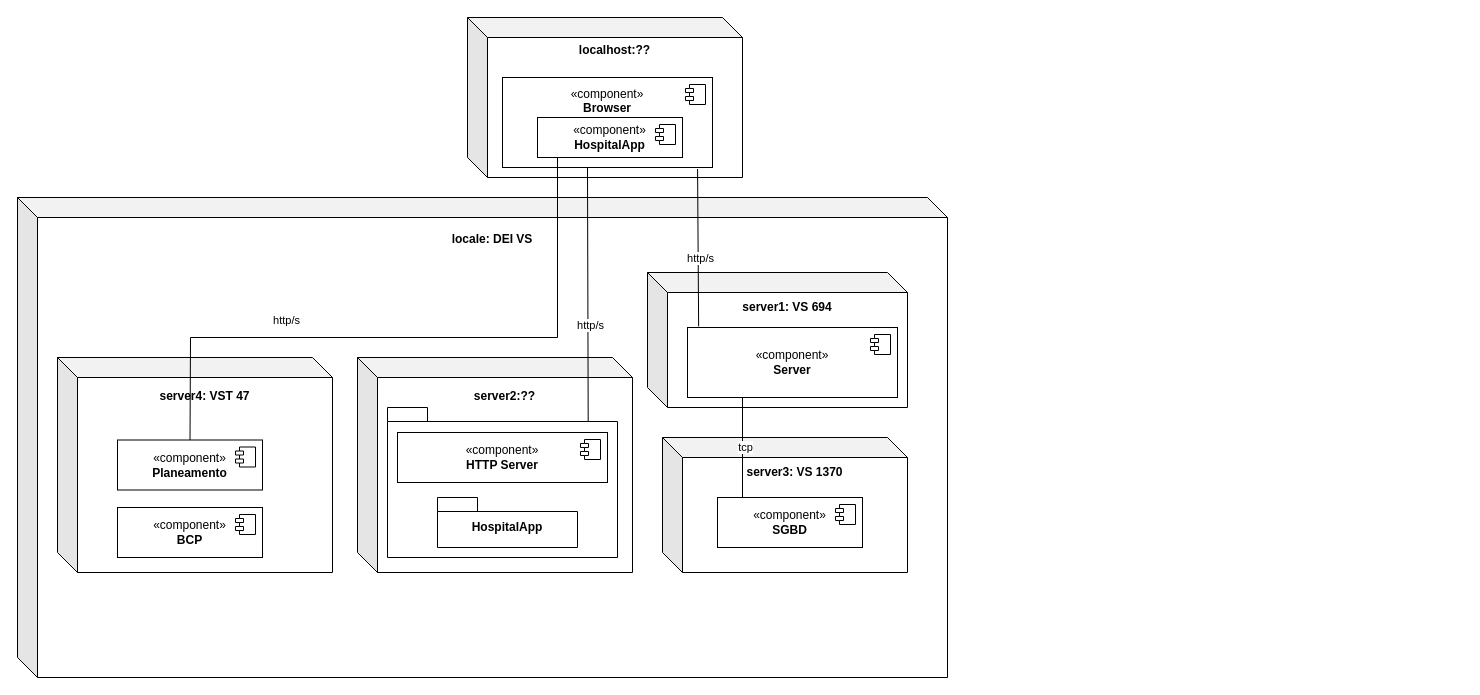
This is docs/geral/views/level-2/physical/vista_fisical.drawio from andredsferreira/p5sem-3dj-g59, a draw.io file, before an edit. Source tidied: cells renumbered, new cells numbered last; positions are measured from the earlier drawing's top-left corner, leaving out a move shared by most shapes. Both pictures are drawn from the tidied source at 100%, with x=0, y=0 at pixel (17, 17).
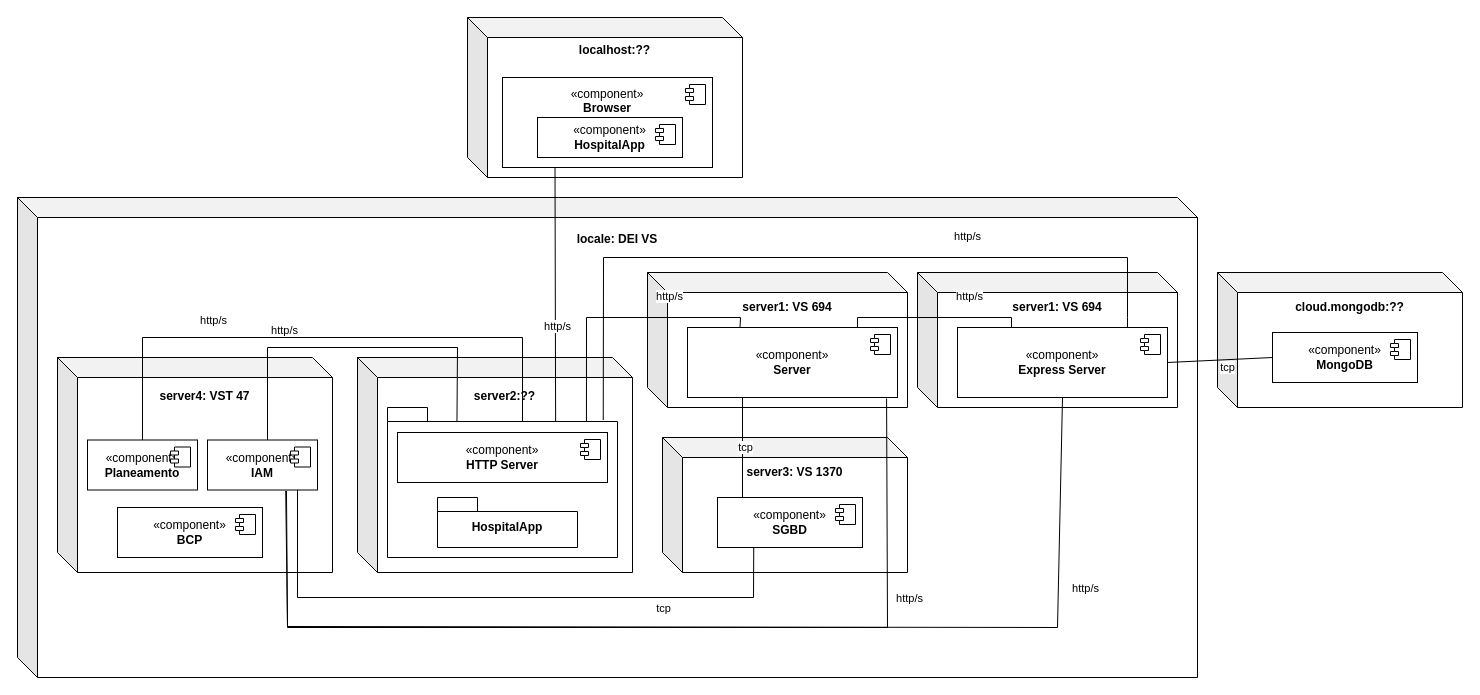
After the change.

Unchanged cells that the change refers to:
```xml
<mxCell id="4" value="«component»&lt;br&gt;&lt;b&gt;Browser&lt;/b&gt;&lt;div&gt;&lt;b&gt;&lt;br&gt;&lt;/b&gt;&lt;/div&gt;&lt;div&gt;&lt;b&gt;&lt;br&gt;&lt;/b&gt;&lt;/div&gt;&lt;div&gt;&lt;b&gt;&lt;br&gt;&lt;/b&gt;&lt;/div&gt;" style="html=1;whiteSpace=wrap;" parent="1" vertex="1">
  <mxGeometry x="485" y="60" width="210" height="90" as="geometry" />
</mxCell>
<mxCell id="12" value="«component»&lt;br&gt;&lt;b&gt;Server&lt;/b&gt;" style="html=1;whiteSpace=wrap;" parent="1" vertex="1">
  <mxGeometry x="670" y="310" width="210" height="70" as="geometry" />
</mxCell>
<mxCell id="16" style="shape=folder;fontStyle=1;spacingTop=10;tabWidth=40;tabHeight=14;tabPosition=left;html=1;whiteSpace=wrap;" parent="1" vertex="1">
  <mxGeometry x="370" y="390" width="230" height="150" as="geometry" />
</mxCell>
<mxCell id="18" value="«component»&lt;br&gt;&lt;b&gt;SGBD&lt;/b&gt;" style="html=1;whiteSpace=wrap;" parent="1" vertex="1">
  <mxGeometry x="700" y="480" width="145" height="50" as="geometry" />
</mxCell>
```

What changed in the source:
```diff
@@
     <mxCell id="2" value="&lt;b&gt;locale: DEI VS&lt;/b&gt;&lt;br&gt;&lt;div&gt;&lt;b&gt;&lt;br&gt;&lt;/b&gt;&lt;/div&gt;&lt;div&gt;&lt;b&gt;&lt;br&gt;&lt;/b&gt;&lt;/div&gt;&lt;div&gt;&lt;b&gt;&lt;br&gt;&lt;/b&gt;&lt;/div&gt;&lt;div&gt;&lt;b&gt;&lt;br&gt;&lt;/b&gt;&lt;/div&gt;&lt;div&gt;&lt;b&gt;&lt;br&gt;&lt;/b&gt;&lt;/div&gt;&lt;div&gt;&lt;b&gt;&lt;br&gt;&lt;/b&gt;&lt;/div&gt;&lt;div&gt;&lt;b&gt;&lt;br&gt;&lt;/b&gt;&lt;/div&gt;&lt;div&gt;&lt;br&gt;&lt;/div&gt;&lt;div&gt;&lt;br&gt;&lt;/div&gt;&lt;div&gt;&lt;br&gt;&lt;/div&gt;&lt;div&gt;&lt;br&gt;&lt;/div&gt;&lt;div&gt;&lt;br&gt;&lt;/div&gt;&lt;div&gt;&lt;br&gt;&lt;/div&gt;&lt;div&gt;&lt;br&gt;&lt;/div&gt;&lt;div&gt;&lt;br&gt;&lt;/div&gt;&lt;div&gt;&lt;br&gt;&lt;/div&gt;&lt;div&gt;&lt;br&gt;&lt;/div&gt;&lt;div&gt;&lt;br&gt;&lt;/div&gt;&lt;div&gt;&lt;br&gt;&lt;/div&gt;&lt;div&gt;&lt;br&gt;&lt;/div&gt;&lt;div&gt;&lt;br&gt;&lt;/div&gt;&lt;div&gt;&lt;br&gt;&lt;/div&gt;&lt;div&gt;&lt;br&gt;&lt;/div&gt;&lt;div&gt;&lt;br&gt;&lt;/div&gt;&lt;div&gt;&lt;br&gt;&lt;/div&gt;&lt;div&gt;&lt;br&gt;&lt;/div&gt;&lt;div&gt;&lt;br&gt;&lt;/div&gt;&lt;div&gt;&lt;br&gt;&lt;/div&gt;&lt;div&gt;&lt;br&gt;&lt;/div&gt;" style="shape=cube;whiteSpace=wrap;html=1;boundedLbl=1;backgroundOutline=1;darkOpacity=0.05;darkOpacity2=0.1;" parent="1" vertex="1">
-      <mxGeometry y="180" width="930" height="480" as="geometry" />
+      <mxGeometry y="180" width="1180" height="480" as="geometry" />
     </mxCell>
@@
-    <mxCell id="9" style="endArrow=none;html=1;rounded=0;entryX=0.117;entryY=1.003;entryDx=0;entryDy=0;entryPerimeter=0;exitX=0.61;exitY=0.103;exitDx=0;exitDy=0;exitPerimeter=0;" parent="1" edge="1">
-      <mxGeometry relative="1" as="geometry">
-        <mxPoint x="570.7" y="405.2" as="sourcePoint" />
-        <mxPoint x="570" y="150" as="targetPoint" />
-      </mxGeometry>
+    <mxCell id="9" style="endArrow=none;html=1;rounded=0;entryX=0.25;entryY=1;entryDx=0;entryDy=0;exitX=0.731;exitY=0.108;exitDx=0;exitDy=0;exitPerimeter=0;" parent="1" edge="1" source="16" target="4">
+      <mxGeometry relative="1" as="geometry" />
     </mxCell>
@@
-    <mxCell id="14" style="endArrow=none;html=1;rounded=0;entryX=0.929;entryY=1.017;entryDx=0;entryDy=0;entryPerimeter=0;exitX=0.053;exitY=-0.016;exitDx=0;exitDy=0;exitPerimeter=0;" parent="1" edge="1" source="12" target="4">
-      <mxGeometry relative="1" as="geometry" />
+    <mxCell id="14" style="endArrow=none;html=1;rounded=0;entryX=0.865;entryY=0.097;entryDx=0;entryDy=0;entryPerimeter=0;exitX=0.25;exitY=0;exitDx=0;exitDy=0;" parent="1" edge="1" source="12" target="16">
+      <mxGeometry relative="1" as="geometry">
+        <Array as="points">
+          <mxPoint x="723" y="300" />
+          <mxPoint x="569" y="300" />
+        </Array>
+      </mxGeometry>
     </mxCell>
@@
     <mxCell id="28" value="«component»&lt;br&gt;&lt;b&gt;Planeamento&lt;/b&gt;" style="html=1;whiteSpace=wrap;" parent="1" vertex="1">
-      <mxGeometry x="100" y="422.5" width="145" height="50" as="geometry" />
+      <mxGeometry x="70" y="422.5" width="110" height="50" as="geometry" />
     </mxCell>
@@
-    <mxCell id="30" style="endArrow=none;html=1;rounded=0;entryX=0.117;entryY=1.003;entryDx=0;entryDy=0;entryPerimeter=0;exitX=0.5;exitY=0;exitDx=0;exitDy=0;" parent="1" edge="1" source="28">
+    <mxCell id="30" style="endArrow=none;html=1;rounded=0;exitX=0.5;exitY=0;exitDx=0;exitDy=0;entryX=0;entryY=0;entryDx=135;entryDy=14;entryPerimeter=0;" parent="1" edge="1" source="28" target="16">
       <mxGeometry relative="1" as="geometry">
-        <mxPoint x="540" y="140" as="targetPoint" />
         <Array as="points">
-          <mxPoint x="173" y="320" />
-          <mxPoint x="540" y="320" />
+          <mxPoint x="125" y="320" />
+          <mxPoint x="505" y="320" />
         </Array>
       </mxGeometry>
     </mxCell>
@@
+    <mxCell id="32" value="&lt;b&gt;server1: VS 694&lt;/b&gt;&lt;div&gt;&lt;b&gt;&lt;br&gt;&lt;/b&gt;&lt;/div&gt;&lt;div&gt;&lt;b&gt;&lt;br&gt;&lt;/b&gt;&lt;/div&gt;&lt;div&gt;&lt;b&gt;&lt;br&gt;&lt;/b&gt;&lt;/div&gt;&lt;div&gt;&lt;b&gt;&lt;br&gt;&lt;/b&gt;&lt;/div&gt;&lt;div&gt;&lt;b&gt;&lt;br&gt;&lt;/b&gt;&lt;/div&gt;&lt;div&gt;&lt;br&gt;&lt;/div&gt;" style="shape=cube;whiteSpace=wrap;html=1;boundedLbl=1;backgroundOutline=1;darkOpacity=0.05;darkOpacity2=0.1;" parent="1" vertex="1">
+      <mxGeometry x="900" y="255" width="260" height="135" as="geometry" />
+    </mxCell>
+    <mxCell id="33" value="«component»&lt;br&gt;&lt;b&gt;Express Server&lt;/b&gt;" style="html=1;whiteSpace=wrap;" parent="1" vertex="1">
+      <mxGeometry x="940" y="310" width="210" height="70" as="geometry" />
+    </mxCell>
+    <mxCell id="34" style="shape=module;jettyWidth=8;jettyHeight=4;" parent="33" vertex="1">
+      <mxGeometry x="1" width="20" height="20" relative="1" as="geometry">
+        <mxPoint x="-27" y="7" as="offset" />
+      </mxGeometry>
+    </mxCell>
+    <mxCell id="35" value="&lt;b&gt;cloud.mongodb:??&lt;/b&gt;&lt;br&gt;&lt;div&gt;&lt;b&gt;&lt;br&gt;&lt;/b&gt;&lt;/div&gt;&lt;div&gt;&lt;b&gt;&lt;br&gt;&lt;/b&gt;&lt;/div&gt;&lt;div&gt;&lt;b&gt;&lt;br&gt;&lt;/b&gt;&lt;/div&gt;&lt;div&gt;&lt;b&gt;&lt;br&gt;&lt;/b&gt;&lt;/div&gt;&lt;div&gt;&lt;b&gt;&lt;br&gt;&lt;/b&gt;&lt;/div&gt;&lt;div&gt;&lt;br&gt;&lt;/div&gt;" style="shape=cube;whiteSpace=wrap;html=1;boundedLbl=1;backgroundOutline=1;darkOpacity=0.05;darkOpacity2=0.1;" parent="1" vertex="1">
+      <mxGeometry x="1200" y="255" width="245" height="135" as="geometry" />
+    </mxCell>
+    <mxCell id="36" value="«component»&lt;br&gt;&lt;b&gt;MongoDB&lt;/b&gt;" style="html=1;whiteSpace=wrap;" parent="1" vertex="1">
+      <mxGeometry x="1255" y="315" width="145" height="50" as="geometry" />
+    </mxCell>
+    <mxCell id="37" style="shape=module;jettyWidth=8;jettyHeight=4;" parent="36" vertex="1">
+      <mxGeometry x="1" width="20" height="20" relative="1" as="geometry">
+        <mxPoint x="-27" y="7" as="offset" />
+      </mxGeometry>
+    </mxCell>
+    <mxCell id="38" style="endArrow=none;html=1;rounded=0;entryX=1;entryY=0.5;entryDx=0;entryDy=0;exitX=0;exitY=0.5;exitDx=0;exitDy=0;" parent="1" edge="1" source="36" target="33">
+      <mxGeometry relative="1" as="geometry" />
+    </mxCell>
+    <mxCell id="39" value="tcp" style="edgeLabel;html=1;align=center;verticalAlign=middle;" parent="38" vertex="1">
+      <mxGeometry x="-0.39" y="-2" relative="1" as="geometry">
+        <mxPoint x="-13" y="10" as="offset" />
+      </mxGeometry>
+    </mxCell>
+    <mxCell id="40" style="endArrow=none;html=1;rounded=0;exitX=0.25;exitY=0;exitDx=0;exitDy=0;" parent="1" edge="1">
+      <mxGeometry relative="1" as="geometry">
+        <mxPoint x="994" y="310" as="sourcePoint" />
+        <mxPoint x="840" y="310" as="targetPoint" />
+        <Array as="points">
+          <mxPoint x="994" y="300" />
+          <mxPoint x="840" y="300" />
+        </Array>
+      </mxGeometry>
+    </mxCell>
+    <mxCell id="41" value="http/s" style="edgeLabel;html=1;align=center;verticalAlign=middle;" parent="40" vertex="1">
+      <mxGeometry x="-0.39" y="-2" relative="1" as="geometry">
+        <mxPoint y="-20" as="offset" />
+      </mxGeometry>
+    </mxCell>
+    <mxCell id="42" style="endArrow=none;html=1;rounded=0;entryX=0.938;entryY=0.084;entryDx=0;entryDy=0;entryPerimeter=0;" parent="1" edge="1" target="16">
+      <mxGeometry relative="1" as="geometry">
+        <mxPoint x="1110" y="310" as="sourcePoint" />
+        <Array as="points">
+          <mxPoint x="1110" y="300" />
+          <mxPoint x="1110" y="240" />
+          <mxPoint x="586" y="240" />
+        </Array>
+      </mxGeometry>
+    </mxCell>
+    <mxCell id="43" value="http/s" style="edgeLabel;html=1;align=center;verticalAlign=middle;" parent="42" vertex="1">
+      <mxGeometry x="-0.39" y="-2" relative="1" as="geometry">
+        <mxPoint y="-20" as="offset" />
+      </mxGeometry>
+    </mxCell>
+    <mxCell id="44" value="«component»&lt;br&gt;&lt;b&gt;IAM&lt;/b&gt;" style="html=1;whiteSpace=wrap;" parent="1" vertex="1">
+      <mxGeometry x="190" y="422.5" width="110" height="50" as="geometry" />
+    </mxCell>
+    <mxCell id="45" style="shape=module;jettyWidth=8;jettyHeight=4;" parent="44" vertex="1">
+      <mxGeometry x="1" width="20" height="20" relative="1" as="geometry">
+        <mxPoint x="-27" y="7" as="offset" />
+      </mxGeometry>
+    </mxCell>
+    <mxCell id="46" style="endArrow=none;html=1;rounded=0;entryX=0.929;entryY=1.017;entryDx=0;entryDy=0;entryPerimeter=0;exitX=0.25;exitY=1;exitDx=0;exitDy=0;" parent="1" edge="1" source="18">
+      <mxGeometry relative="1" as="geometry">
+        <mxPoint x="280" y="472.5" as="targetPoint" />
+        <Array as="points">
+          <mxPoint x="736" y="580" />
+          <mxPoint x="280" y="580" />
+        </Array>
+      </mxGeometry>
+    </mxCell>
+    <mxCell id="47" value="tcp" style="edgeLabel;html=1;align=center;verticalAlign=middle;" parent="46" vertex="1">
+      <mxGeometry x="-0.39" y="-2" relative="1" as="geometry">
+        <mxPoint x="46" y="12" as="offset" />
+      </mxGeometry>
+    </mxCell>
+    <mxCell id="48" style="endArrow=none;html=1;rounded=0;exitX=0.5;exitY=0;exitDx=0;exitDy=0;entryX=0.302;entryY=0.095;entryDx=0;entryDy=0;entryPerimeter=0;" parent="1" edge="1" target="16">
+      <mxGeometry relative="1" as="geometry">
+        <mxPoint x="250" y="422.5" as="sourcePoint" />
+        <Array as="points">
+          <mxPoint x="250" y="330" />
+          <mxPoint x="440" y="330" />
+        </Array>
+      </mxGeometry>
+    </mxCell>
+    <mxCell id="49" value="http/s" style="edgeLabel;html=1;align=center;verticalAlign=middle;" parent="48" vertex="1">
+      <mxGeometry x="-0.39" y="-2" relative="1" as="geometry">
+        <mxPoint y="-20" as="offset" />
+      </mxGeometry>
+    </mxCell>
+    <mxCell id="50" style="endArrow=none;html=1;rounded=0;exitX=0.711;exitY=1.016;exitDx=0;exitDy=0;entryX=0.948;entryY=1.015;entryDx=0;entryDy=0;entryPerimeter=0;exitPerimeter=0;" parent="1" edge="1" source="44" target="12">
+      <mxGeometry relative="1" as="geometry">
+        <Array as="points">
+          <mxPoint x="270" y="610" />
+          <mxPoint x="870" y="610" />
+        </Array>
+      </mxGeometry>
+    </mxCell>
+    <mxCell id="51" value="http/s" style="edgeLabel;html=1;align=center;verticalAlign=middle;" parent="50" vertex="1">
+      <mxGeometry x="-0.39" y="-2" relative="1" as="geometry">
+        <mxPoint x="463" y="-32" as="offset" />
+      </mxGeometry>
+    </mxCell>
+    <mxCell id="52" style="endArrow=none;html=1;rounded=0;exitX=0.718;exitY=1.021;exitDx=0;exitDy=0;entryX=0.5;entryY=1;entryDx=0;entryDy=0;exitPerimeter=0;" parent="1" edge="1" source="44" target="33">
+      <mxGeometry relative="1" as="geometry">
+        <Array as="points">
+          <mxPoint x="270" y="609" />
+          <mxPoint x="1040" y="610" />
+        </Array>
+      </mxGeometry>
+    </mxCell>
+    <mxCell id="53" value="http/s" style="edgeLabel;html=1;align=center;verticalAlign=middle;" parent="52" vertex="1">
+      <mxGeometry x="-0.39" y="-2" relative="1" as="geometry">
+        <mxPoint x="587" y="-41" as="offset" />
+      </mxGeometry>
+    </mxCell>
```
